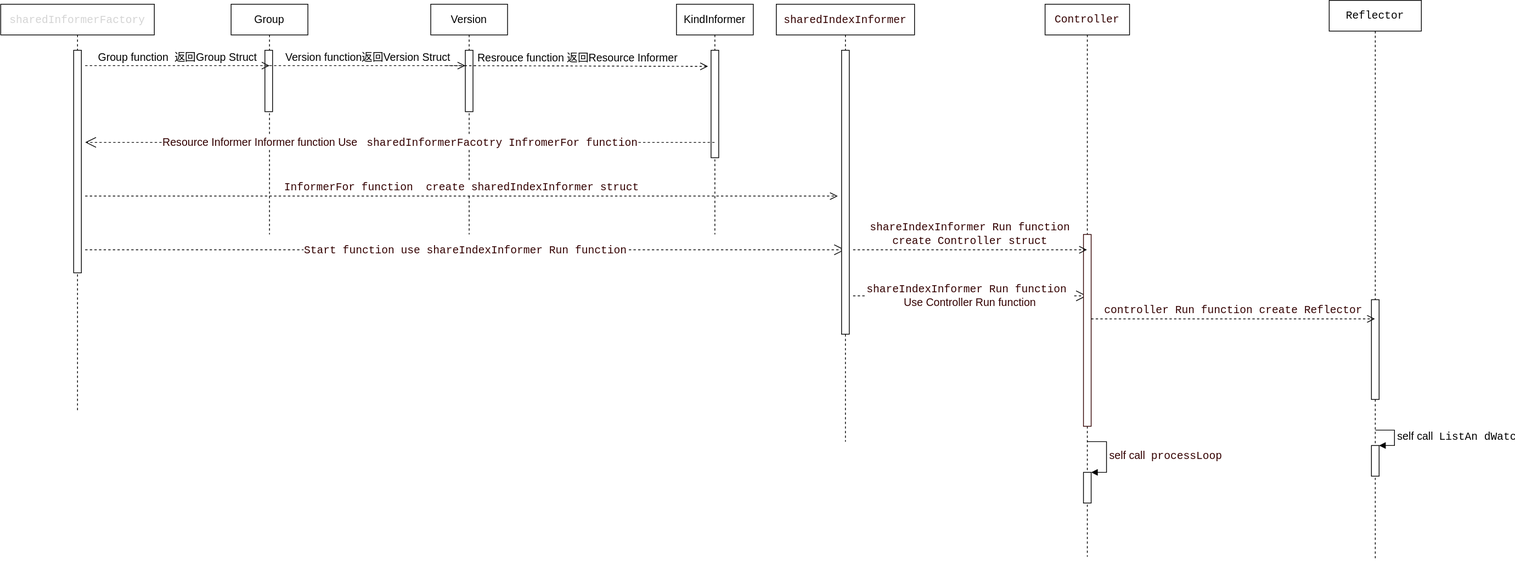
ruster-cn/wiki keeps this draw.io diagram as cloudnative/kubernetes/image/9.drawio.svg. Above is the earlier version. Source tidied: cells renumbered, new cells last; positions are measured from the earlier drawing's top-left corner, leaving out a move shared by most shapes. The source it was exported from:
```xml
<mxGraphModel>
  <root>
    <mxCell id="0" />
    <mxCell id="1" parent="0" />
    <mxCell id="2" value="&lt;span style=&quot;color: rgb(212 , 212 , 212) ; font-family: &amp;#34;menlo&amp;#34; , &amp;#34;monaco&amp;#34; , &amp;#34;courier new&amp;#34; , monospace ; font-size: 14px ; background-color: rgb(255 , 255 , 255)&quot;&gt;sharedInformerFactory&lt;/span&gt;" style="shape=umlLifeline;perimeter=lifelinePerimeter;whiteSpace=wrap;html=1;fontSize=14;" parent="1" vertex="1">
      <mxGeometry y="5" width="200" height="530" as="geometry" />
    </mxCell>
    <mxCell id="3" style="html=1;perimeter=orthogonalPerimeter;fontSize=14;" parent="2" vertex="1">
      <mxGeometry x="95" y="60" width="10" height="290" as="geometry" />
    </mxCell>
    <mxCell id="4" value="&lt;span style=&quot;font-family: &amp;#34;menlo&amp;#34; , &amp;#34;monaco&amp;#34; , &amp;#34;courier new&amp;#34; , monospace ; background-color: rgb(255 , 255 , 255)&quot;&gt;&lt;font color=&quot;#330000&quot;&gt;Start function use shareIndexInformer Run function&lt;/font&gt;&lt;/span&gt;" style="endArrow=open;endSize=12;dashed=1;html=1;fontSize=14;" parent="2" edge="1" target="11">
      <mxGeometry relative="1" as="geometry">
        <mxPoint x="110" y="320" as="sourcePoint" />
      </mxGeometry>
    </mxCell>
    <mxCell id="5" value="&lt;span style=&quot;font-size: 14px;&quot;&gt;Group&lt;/span&gt;" style="shape=umlLifeline;perimeter=lifelinePerimeter;whiteSpace=wrap;html=1;fontSize=14;" parent="1" vertex="1">
      <mxGeometry x="300" y="5" width="100" height="300" as="geometry" />
    </mxCell>
    <mxCell id="6" style="html=1;perimeter=orthogonalPerimeter;fontSize=14;" parent="5" vertex="1">
      <mxGeometry x="44" y="60" width="10" height="80" as="geometry" />
    </mxCell>
    <mxCell id="7" value="&lt;span style=&quot;font-size: 14px;&quot;&gt;Version&lt;/span&gt;" style="shape=umlLifeline;perimeter=lifelinePerimeter;whiteSpace=wrap;html=1;fontSize=14;" parent="1" vertex="1">
      <mxGeometry x="560" y="5" width="100" height="300" as="geometry" />
    </mxCell>
    <mxCell id="8" style="html=1;points=[];perimeter=orthogonalPerimeter;fontSize=14;" parent="7" vertex="1">
      <mxGeometry x="45" y="60" width="10" height="80" as="geometry" />
    </mxCell>
    <mxCell id="9" value="&lt;span style=&quot;font-size: 14px&quot;&gt;KindInformer&lt;/span&gt;" style="shape=umlLifeline;perimeter=lifelinePerimeter;whiteSpace=wrap;html=1;outlineConnect=0;fontSize=14;" parent="1" vertex="1">
      <mxGeometry x="880" y="5" width="100" height="300" as="geometry" />
    </mxCell>
    <mxCell id="10" style="html=1;points=[];perimeter=orthogonalPerimeter;fontSize=14;" parent="9" vertex="1">
      <mxGeometry x="45" y="60" width="10" height="140" as="geometry" />
    </mxCell>
    <mxCell id="11" value="&lt;span style=&quot;font-family: &amp;#34;menlo&amp;#34; , &amp;#34;monaco&amp;#34; , &amp;#34;courier new&amp;#34; , monospace ; font-size: 14px ; background-color: rgb(255 , 255 , 255)&quot;&gt;&lt;font color=&quot;#330000&quot;&gt;sharedIndexInformer&lt;/font&gt;&lt;/span&gt;" style="shape=umlLifeline;perimeter=lifelinePerimeter;whiteSpace=wrap;html=1;outlineConnect=0;fontSize=14;" parent="1" vertex="1">
      <mxGeometry x="1010" y="5" width="180" height="570" as="geometry" />
    </mxCell>
    <mxCell id="12" style="html=1;perimeter=orthogonalPerimeter;fontSize=14;" parent="11" vertex="1">
      <mxGeometry x="85" y="60" width="10" height="370" as="geometry" />
    </mxCell>
    <mxCell id="13" value="&lt;font color=&quot;#330000&quot;&gt;&lt;span style=&quot;font-family: &amp;#34;menlo&amp;#34; , &amp;#34;monaco&amp;#34; , &amp;#34;courier new&amp;#34; , monospace ; background-color: rgb(255 , 255 , 255)&quot;&gt;shareIndexInformer Run function&amp;nbsp;&lt;br&gt;&lt;/span&gt;Use Controller Run function&lt;/font&gt;" style="endArrow=open;endSize=12;dashed=1;html=1;fontSize=14;" parent="11" edge="1" target="19">
      <mxGeometry relative="1" as="geometry">
        <mxPoint x="100" y="380" as="sourcePoint" />
      </mxGeometry>
    </mxCell>
    <mxCell id="14" value="Group function&amp;nbsp; 返回Group Struct" style="html=1;verticalAlign=bottom;endArrow=open;dashed=1;endSize=8;fontSize=14;" parent="1" edge="1">
      <mxGeometry relative="1" as="geometry">
        <mxPoint x="110" y="85" as="sourcePoint" />
        <mxPoint x="350" y="85" as="targetPoint" />
        <Array as="points">
          <mxPoint x="180" y="85" />
        </Array>
      </mxGeometry>
    </mxCell>
    <mxCell id="15" value="Version function返回Version Struct" style="html=1;verticalAlign=bottom;endArrow=open;dashed=1;endSize=8;fontSize=14;" parent="1" edge="1" target="8">
      <mxGeometry relative="1" as="geometry">
        <mxPoint x="350" y="85" as="sourcePoint" />
      </mxGeometry>
    </mxCell>
    <mxCell id="16" value="Resrouce function 返回Resource Informer" style="html=1;verticalAlign=bottom;endArrow=open;dashed=1;endSize=8;fontSize=14;entryX=-0.4;entryY=0.15;entryDx=0;entryDy=0;entryPerimeter=0;" parent="1" edge="1" target="10">
      <mxGeometry relative="1" as="geometry">
        <mxPoint x="580" y="85" as="sourcePoint" />
      </mxGeometry>
    </mxCell>
    <mxCell id="17" value="&lt;span style=&quot;background-color: rgb(255 , 255 , 255)&quot;&gt;&lt;font color=&quot;#330000&quot;&gt;Resource Informer Informer function Use&lt;font face=&quot;menlo, monaco, courier new, monospace&quot;&gt;&amp;nbsp;sharedInformerFacotry InfromerFor function&lt;/font&gt;&lt;/font&gt;&lt;/span&gt;" style="endArrow=open;endSize=12;dashed=1;html=1;fontSize=14;" parent="1" edge="1" source="9">
      <mxGeometry relative="1" as="geometry">
        <mxPoint x="110" y="185" as="targetPoint" />
      </mxGeometry>
    </mxCell>
    <mxCell id="18" value="&lt;span style=&quot;background-color: rgb(255 , 255 , 255)&quot;&gt;&lt;font color=&quot;#330000&quot;&gt;&lt;span style=&quot;font-family: &amp;#34;menlo&amp;#34; , &amp;#34;monaco&amp;#34; , &amp;#34;courier new&amp;#34; , monospace&quot;&gt;InformerFor function&amp;nbsp;&lt;/span&gt;&lt;span style=&quot;font-family: &amp;#34;menlo&amp;#34; , &amp;#34;monaco&amp;#34; , &amp;#34;courier new&amp;#34; , monospace&quot;&gt;create sharedIndexInformer struct&lt;/span&gt;&lt;/font&gt;&lt;/span&gt;" style="html=1;verticalAlign=bottom;endArrow=open;dashed=1;endSize=8;fontSize=14;" parent="1" edge="1">
      <mxGeometry relative="1" as="geometry">
        <mxPoint x="110" y="255" as="sourcePoint" />
        <mxPoint x="1090" y="255" as="targetPoint" />
      </mxGeometry>
    </mxCell>
    <mxCell id="19" value="&lt;div style=&quot;font-family: &amp;#34;menlo&amp;#34; , &amp;#34;monaco&amp;#34; , &amp;#34;courier new&amp;#34; , monospace ; line-height: 21px&quot;&gt;&lt;span style=&quot;background-color: rgb(255 , 255 , 255)&quot;&gt;&lt;font color=&quot;#330000&quot;&gt;Controller&lt;/font&gt;&lt;/span&gt;&lt;/div&gt;" style="shape=umlLifeline;perimeter=lifelinePerimeter;whiteSpace=wrap;html=1;outlineConnect=0;fontSize=14;" parent="1" vertex="1">
      <mxGeometry x="1360" y="5" width="110" height="720" as="geometry" />
    </mxCell>
    <mxCell id="20" style="html=1;perimeter=orthogonalPerimeter;fontFamily=Helvetica;fontSize=14;fontColor=#f0f0f0;align=center;strokeColor=#330000;fillColor=#FFFFFF;" parent="19" vertex="1">
      <mxGeometry x="50" y="300" width="10" height="250" as="geometry" />
    </mxCell>
    <mxCell id="21" style="html=1;points=[];perimeter=orthogonalPerimeter;fontSize=14;" parent="19" vertex="1">
      <mxGeometry x="50" y="610" width="10" height="40" as="geometry" />
    </mxCell>
    <mxCell id="22" value="&lt;span style=&quot;background-color: rgb(255 , 255 , 255)&quot;&gt;&lt;font color=&quot;#330000&quot;&gt;self call&amp;nbsp;&lt;span style=&quot;font-family: &amp;#34;menlo&amp;#34; , &amp;#34;monaco&amp;#34; , &amp;#34;courier new&amp;#34; , monospace&quot;&gt;processLoop&lt;/span&gt;&lt;/font&gt;&lt;/span&gt;" style="edgeStyle=orthogonalEdgeStyle;html=1;align=left;spacingLeft=2;endArrow=block;rounded=0;entryX=1;entryY=0;fontSize=14;" parent="19" edge="1" target="21">
      <mxGeometry relative="1" as="geometry">
        <mxPoint x="55" y="570" as="sourcePoint" />
        <Array as="points">
          <mxPoint x="80" y="570" />
        </Array>
      </mxGeometry>
    </mxCell>
    <mxCell id="23" value="&lt;span style=&quot;font-family: &amp;#34;menlo&amp;#34; , &amp;#34;monaco&amp;#34; , &amp;#34;courier new&amp;#34; , monospace ; background-color: rgb(255 , 255 , 255)&quot;&gt;&lt;font color=&quot;#330000&quot;&gt;shareIndexInformer Run function &lt;br&gt;create Controller struct&lt;/font&gt;&lt;/span&gt;" style="html=1;verticalAlign=bottom;endArrow=open;dashed=1;endSize=8;fontSize=14;" parent="1" edge="1" target="19">
      <mxGeometry relative="1" as="geometry">
        <mxPoint x="1110" y="325" as="sourcePoint" />
      </mxGeometry>
    </mxCell>
    <mxCell id="24" value="&lt;div style=&quot;font-family: &amp;#34;menlo&amp;#34; , &amp;#34;monaco&amp;#34; , &amp;#34;courier new&amp;#34; , monospace ; line-height: 21px&quot;&gt;&lt;span style=&quot;background-color: rgb(255 , 255 , 255)&quot;&gt;Reflector&lt;/span&gt;&lt;/div&gt;" style="shape=umlLifeline;perimeter=lifelinePerimeter;whiteSpace=wrap;html=1;outlineConnect=0;fontSize=14;" parent="1" vertex="1">
      <mxGeometry x="1730" width="120" height="730" as="geometry" />
    </mxCell>
    <mxCell id="25" style="html=1;perimeter=orthogonalPerimeter;fontSize=14;" parent="24" vertex="1">
      <mxGeometry x="55" y="390" width="10" height="130" as="geometry" />
    </mxCell>
    <mxCell id="26" style="html=1;points=[];perimeter=orthogonalPerimeter;" parent="24" vertex="1">
      <mxGeometry x="55" y="580" width="10" height="40" as="geometry" />
    </mxCell>
    <mxCell id="27" value="&lt;span style=&quot;background-color: rgb(255 , 255 , 255) ; font-size: 14px&quot;&gt;self call&amp;nbsp;&lt;span style=&quot;font-family: &amp;#34;menlo&amp;#34; , &amp;#34;monaco&amp;#34; , &amp;#34;courier new&amp;#34; , monospace&quot;&gt;ListAn&lt;/span&gt;&lt;span style=&quot;font-family: &amp;#34;menlo&amp;#34; , &amp;#34;monaco&amp;#34; , &amp;#34;courier new&amp;#34; , monospace&quot;&gt;dWatch&lt;/span&gt;&lt;/span&gt;" style="edgeStyle=orthogonalEdgeStyle;html=1;align=left;spacingLeft=2;endArrow=block;rounded=0;entryX=1;entryY=0;" parent="24" edge="1" target="26">
      <mxGeometry relative="1" as="geometry">
        <mxPoint x="60" y="560" as="sourcePoint" />
        <Array as="points">
          <mxPoint x="85" y="560" />
        </Array>
      </mxGeometry>
    </mxCell>
    <mxCell id="28" value="&lt;span style=&quot;font-family: &amp;#34;menlo&amp;#34; , &amp;#34;monaco&amp;#34; , &amp;#34;courier new&amp;#34; , monospace ; background-color: rgb(255 , 255 , 255)&quot;&gt;&lt;font color=&quot;#330000&quot;&gt;controller Run function create Reflector&lt;/font&gt;&lt;/span&gt;" style="html=1;verticalAlign=bottom;endArrow=open;dashed=1;endSize=8;fontSize=14;" parent="1" edge="1" target="24">
      <mxGeometry relative="1" as="geometry">
        <mxPoint x="1420" y="415" as="sourcePoint" />
      </mxGeometry>
    </mxCell>
  </root>
</mxGraphModel>
```
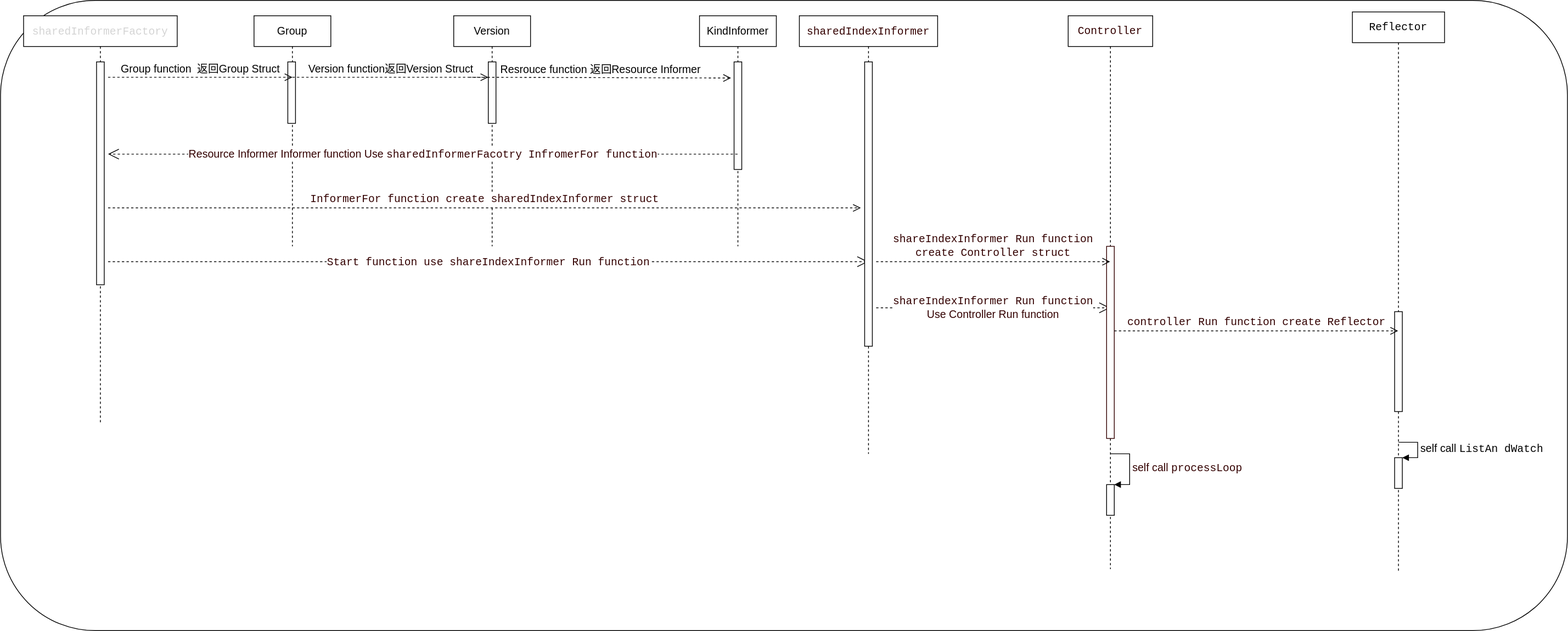
Later version of the same file.

What changed in the source:
```diff
@@ -2,6 +2,9 @@
   <root>
     <mxCell id="0" />
     <mxCell id="1" parent="0" />
+    <mxCell id="29" style="rounded=1;whiteSpace=wrap;html=1;" parent="1" vertex="1">
+      <mxGeometry x="-30" y="-15" width="2040" height="820" as="geometry" />
+    </mxCell>
     <mxCell id="2" value="&lt;span style=&quot;color: rgb(212 , 212 , 212) ; font-family: &amp;#34;menlo&amp;#34; , &amp;#34;monaco&amp;#34; , &amp;#34;courier new&amp;#34; , monospace ; font-size: 14px ; background-color: rgb(255 , 255 , 255)&quot;&gt;sharedInformerFactory&lt;/span&gt;" style="shape=umlLifeline;perimeter=lifelinePerimeter;whiteSpace=wrap;html=1;fontSize=14;" parent="1" vertex="1">
       <mxGeometry y="5" width="200" height="530" as="geometry" />
     </mxCell>
```
